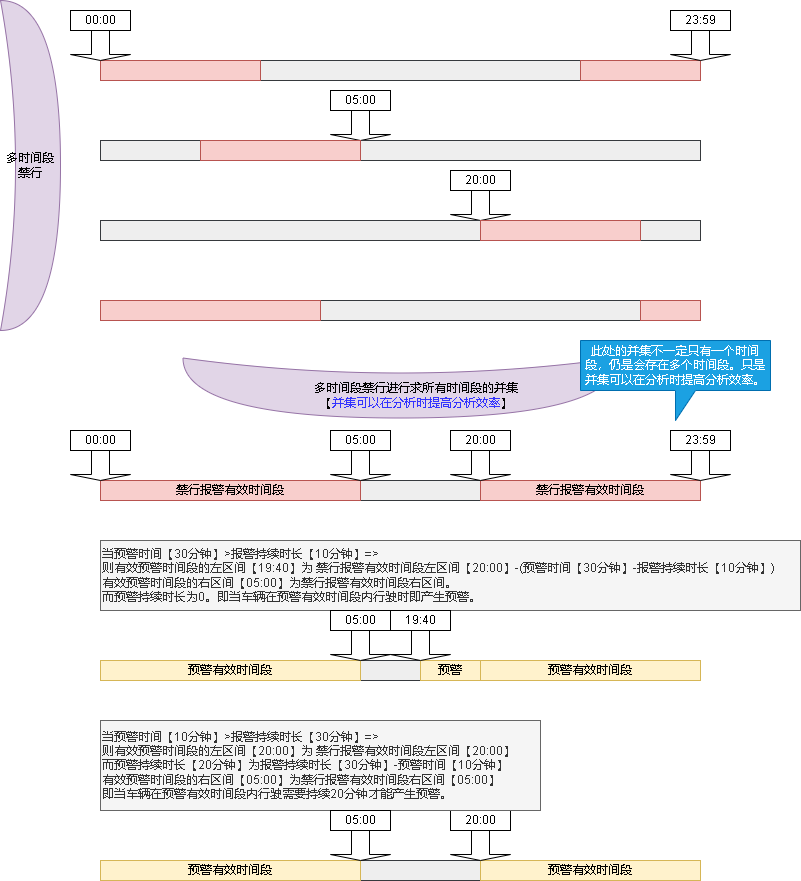
Before: 禁行.drawio.png, a diagram exported from draw.io (xktder/draw). Source tidied: cells renumbered, new cells last; positions are measured from the earlier drawing's top-left corner, leaving out a move shared by most shapes.
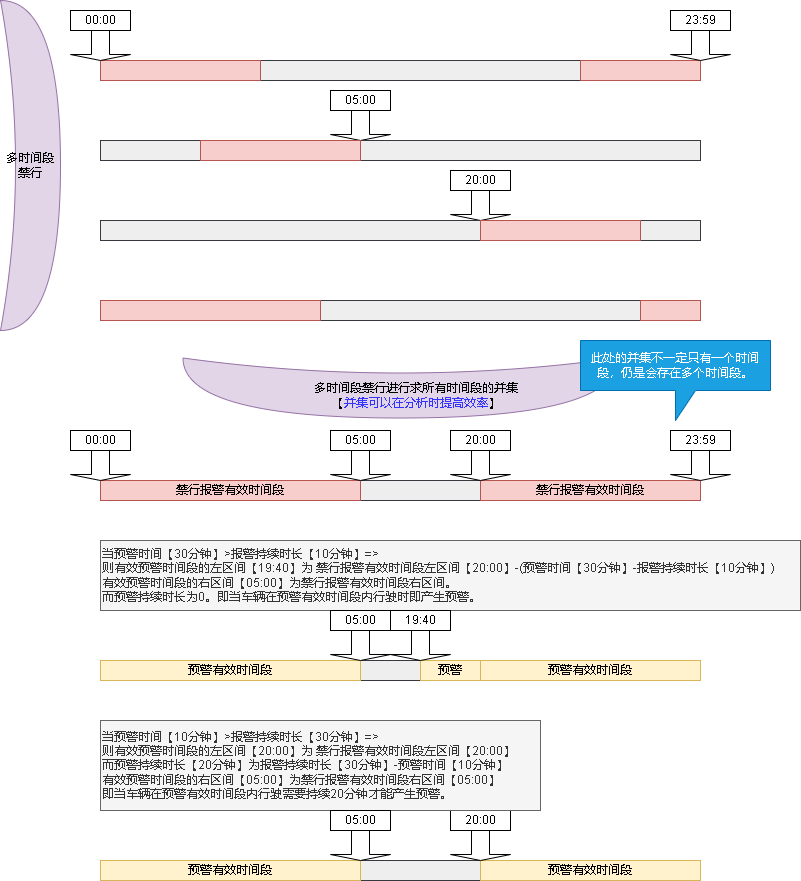
After the commit.

What changed in the source:
```diff
@@ -140,7 +140,7 @@
     <mxCell id="47" value="多时间段禁行" style="shape=xor;whiteSpace=wrap;html=1;fillColor=#e1d5e7;strokeColor=#9673a6;" parent="1" vertex="1">
       <mxGeometry width="60" height="330" as="geometry" />
     </mxCell>
-    <mxCell id="48" value="&lt;span style=&quot;background-color: rgb(225, 213, 231);&quot;&gt;多时间段禁行进行求所有时间段的并集&lt;br&gt;【&lt;/span&gt;&lt;font color=&quot;#3333ff&quot;&gt;并集可以在分析时提高分析效率&lt;/font&gt;&lt;span style=&quot;background-color: rgb(225, 213, 231);&quot;&gt;】&lt;br&gt;&lt;/span&gt;" style="text;html=1;align=center;verticalAlign=middle;strokeColor=none;fillColor=none;" parent="1" vertex="1">
+    <mxCell id="48" value="&lt;span style=&quot;background-color: rgb(225, 213, 231);&quot;&gt;多时间段禁行进行求所有时间段的并集&lt;br&gt;【&lt;/span&gt;&lt;font color=&quot;#3333ff&quot;&gt;并集可以在分析时提高效率&lt;/font&gt;&lt;span style=&quot;background-color: rgb(225, 213, 231);&quot;&gt;】&lt;br&gt;&lt;/span&gt;" style="text;html=1;align=center;verticalAlign=middle;strokeColor=none;fillColor=none;" parent="1" vertex="1">
       <mxGeometry x="300" y="375" width="230" height="40" as="geometry" />
     </mxCell>
     <mxCell id="49" style="shape=singleArrow;direction=south;whiteSpace=wrap;html=1;" parent="1" vertex="1">
@@ -149,7 +149,7 @@
     <mxCell id="50" value="05:00" style="rounded=0;whiteSpace=wrap;html=1;" parent="1" vertex="1">
       <mxGeometry x="330" y="610" width="60" height="20" as="geometry" />
     </mxCell>
-    <mxCell id="51" value="此处的并集不一定只有一个时间段，仍是会存在多个时间段。只是并集可以在分析时提高分析效率。" style="shape=callout;whiteSpace=wrap;html=1;perimeter=calloutPerimeter;fillColor=#1ba1e2;fontColor=#ffffff;strokeColor=#006EAF;" parent="1" vertex="1">
+    <mxCell id="51" value="此处的并集不一定只有一个时间段，仍是会存在多个时间段。" style="shape=callout;whiteSpace=wrap;html=1;perimeter=calloutPerimeter;fillColor=#1ba1e2;fontColor=#ffffff;strokeColor=#006EAF;" parent="1" vertex="1">
       <mxGeometry x="580" y="340" width="190" height="80" as="geometry" />
     </mxCell>
   </root>
```
